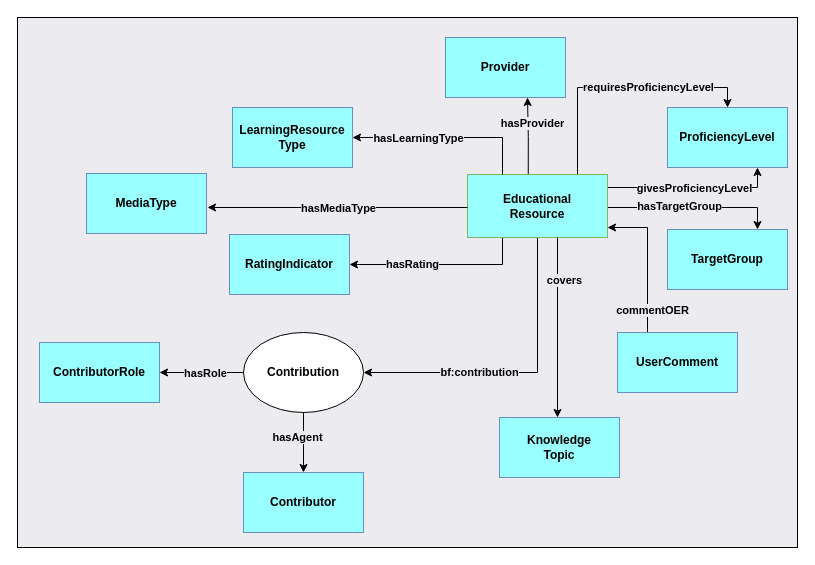
This is visualisations/EducationalResourcePattern_CD.drawio from data-literacy-alliance/dalia-ontology, a draw.io file, before an edit. Source tidied: cells renumbered, new cells numbered last; positions are measured from the earlier drawing's top-left corner, leaving out a move shared by most shapes. Both pictures are drawn from the tidied source at 100%, with x=0, y=0 at pixel (17, 17).
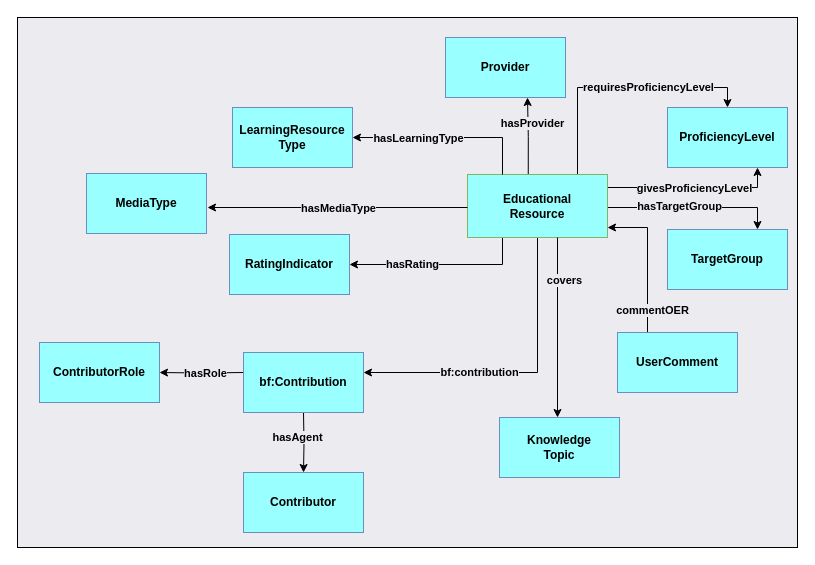
Above is the later version.

The change refers to these unchanged cells:
```xml
<mxCell id="12" value="Educational&lt;br&gt;Resource" style="rounded=0;whiteSpace=wrap;html=1;fillColor=#99FFFF;strokeColor=#82b366;fillStyle=auto;fontStyle=1;" parent="1" vertex="1">
  <mxGeometry x="450" y="157" width="140" height="63" as="geometry" />
</mxCell>
<mxCell id="27" value="&lt;b&gt;Contributor&lt;br&gt;&lt;/b&gt;" style="rounded=0;whiteSpace=wrap;html=1;fillColor=#99FFFF;strokeColor=#6c8ebf;fillStyle=auto;" parent="1" vertex="1">
  <mxGeometry x="226" y="455" width="120" height="60" as="geometry" />
</mxCell>
<mxCell id="28" value="ContributorRole" style="rounded=0;whiteSpace=wrap;html=1;fillColor=#99FFFF;strokeColor=#6c8ebf;fillStyle=auto;fontStyle=1;" parent="1" vertex="1">
  <mxGeometry x="22" y="325" width="120" height="60" as="geometry" />
</mxCell>
```

What changed in the source:
```diff
@@
-    <mxCell id="9" style="edgeStyle=orthogonalEdgeStyle;rounded=0;jettySize=auto;html=1;exitX=0.5;exitY=1;exitDx=0;exitDy=0;entryX=1;entryY=0.5;entryDx=0;entryDy=0;" parent="1" edge="1" source="12" target="26">
-      <mxGeometry relative="1" as="geometry" />
+    <mxCell id="9" style="edgeStyle=orthogonalEdgeStyle;rounded=0;jettySize=auto;html=1;exitX=0.5;exitY=1;exitDx=0;exitDy=0;entryX=1;entryY=0.5;entryDx=0;entryDy=0;" parent="1" edge="1" source="12">
+      <mxGeometry relative="1" as="geometry">
+        <mxPoint x="346" y="355" as="targetPoint" />
+        <Array as="points">
+          <mxPoint x="520" y="355" />
+        </Array>
+      </mxGeometry>
     </mxCell>
@@
-    <mxCell id="24" style="edgeStyle=orthogonalEdgeStyle;rounded=0;jettySize=auto;html=1;exitX=0.5;exitY=1;exitDx=0;exitDy=0;entryX=0.5;entryY=0;entryDx=0;entryDy=0;" parent="1" edge="1" source="26" target="27">
-      <mxGeometry relative="1" as="geometry" />
+    <mxCell id="24" style="edgeStyle=orthogonalEdgeStyle;rounded=0;jettySize=auto;html=1;exitX=0.5;exitY=1;exitDx=0;exitDy=0;entryX=0.5;entryY=0;entryDx=0;entryDy=0;" parent="1" edge="1" target="27">
+      <mxGeometry relative="1" as="geometry">
+        <mxPoint x="286" y="395" as="sourcePoint" />
+      </mxGeometry>
     </mxCell>
-    <mxCell id="25" style="edgeStyle=orthogonalEdgeStyle;rounded=0;jettySize=auto;html=1;exitX=0;exitY=0.5;exitDx=0;exitDy=0;entryX=1;entryY=0.5;entryDx=0;entryDy=0;" parent="1" edge="1" source="26" target="28">
-      <mxGeometry relative="1" as="geometry" />
+    <mxCell id="25" style="edgeStyle=orthogonalEdgeStyle;rounded=0;jettySize=auto;html=1;exitX=0;exitY=0.5;exitDx=0;exitDy=0;entryX=1;entryY=0.5;entryDx=0;entryDy=0;" parent="1" edge="1" target="28">
+      <mxGeometry relative="1" as="geometry">
+        <mxPoint x="226" y="355" as="sourcePoint" />
+      </mxGeometry>
     </mxCell>
-    <mxCell id="26" value="Contribution" style="ellipse;whiteSpace=wrap;html=1;fontStyle=1;" parent="1" vertex="1">
-      <mxGeometry x="226" y="315" width="120" height="80" as="geometry" />
-    </mxCell>
@@
+    <mxCell id="39" value="bf:Contribution" style="rounded=0;whiteSpace=wrap;html=1;fillColor=#99FFFF;strokeColor=#6c8ebf;fillStyle=auto;fontStyle=1;" parent="1" vertex="1">
+      <mxGeometry x="226" y="335" width="120" height="60" as="geometry" />
+    </mxCell>
```
